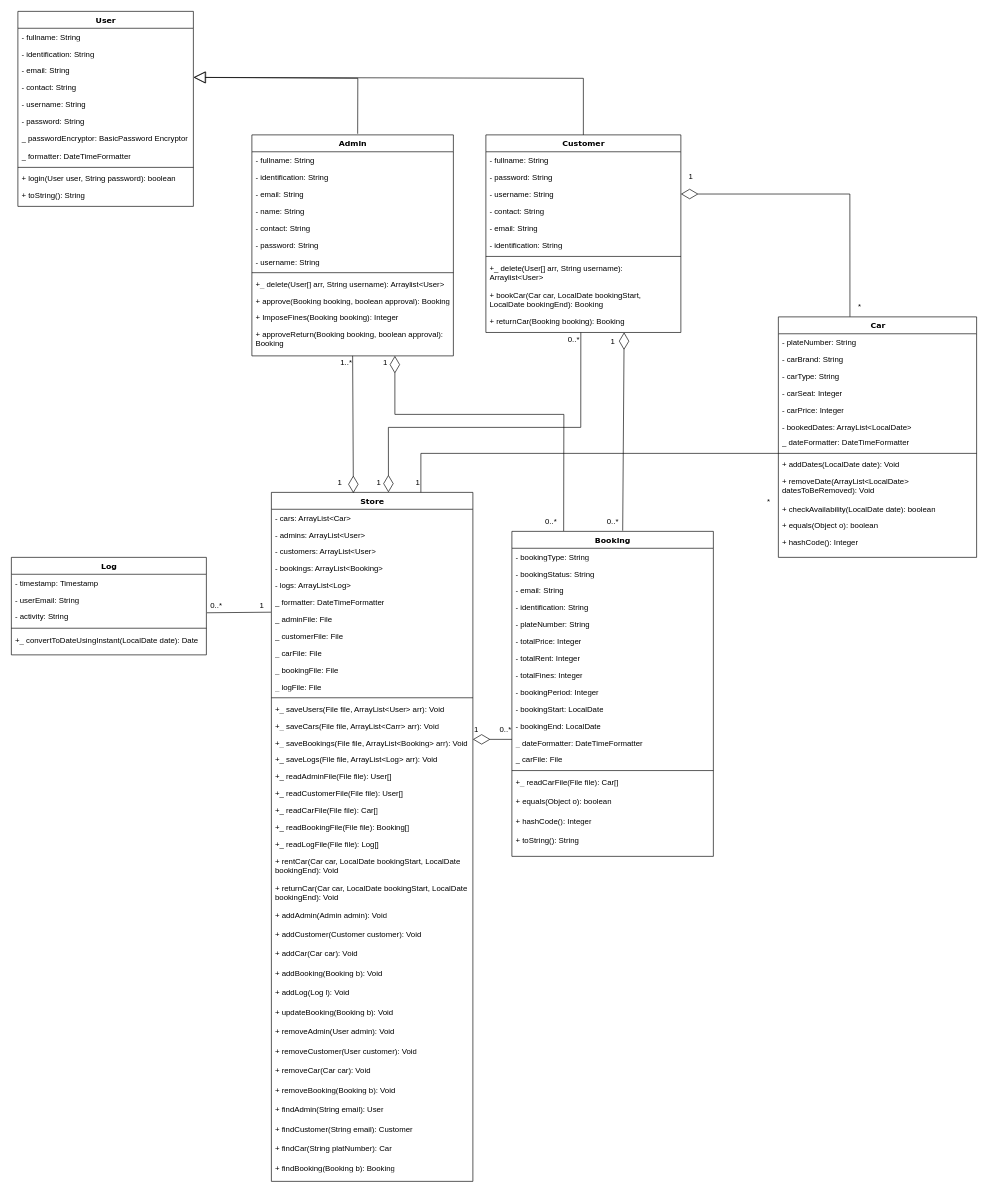
BryanHJH/Java-Car-Rental-System keeps this draw.io diagram as page "latest version" (1 of 2) of class diagram.drawio. Above is the earlier version. Source tidied: cells renumbered, new cells numbered last; positions are measured from the earlier drawing's top-left corner, leaving out a move shared by most shapes. Both pictures are drawn from the tidied source at 65%, with x=0, y=0 at pixel (11, 11).
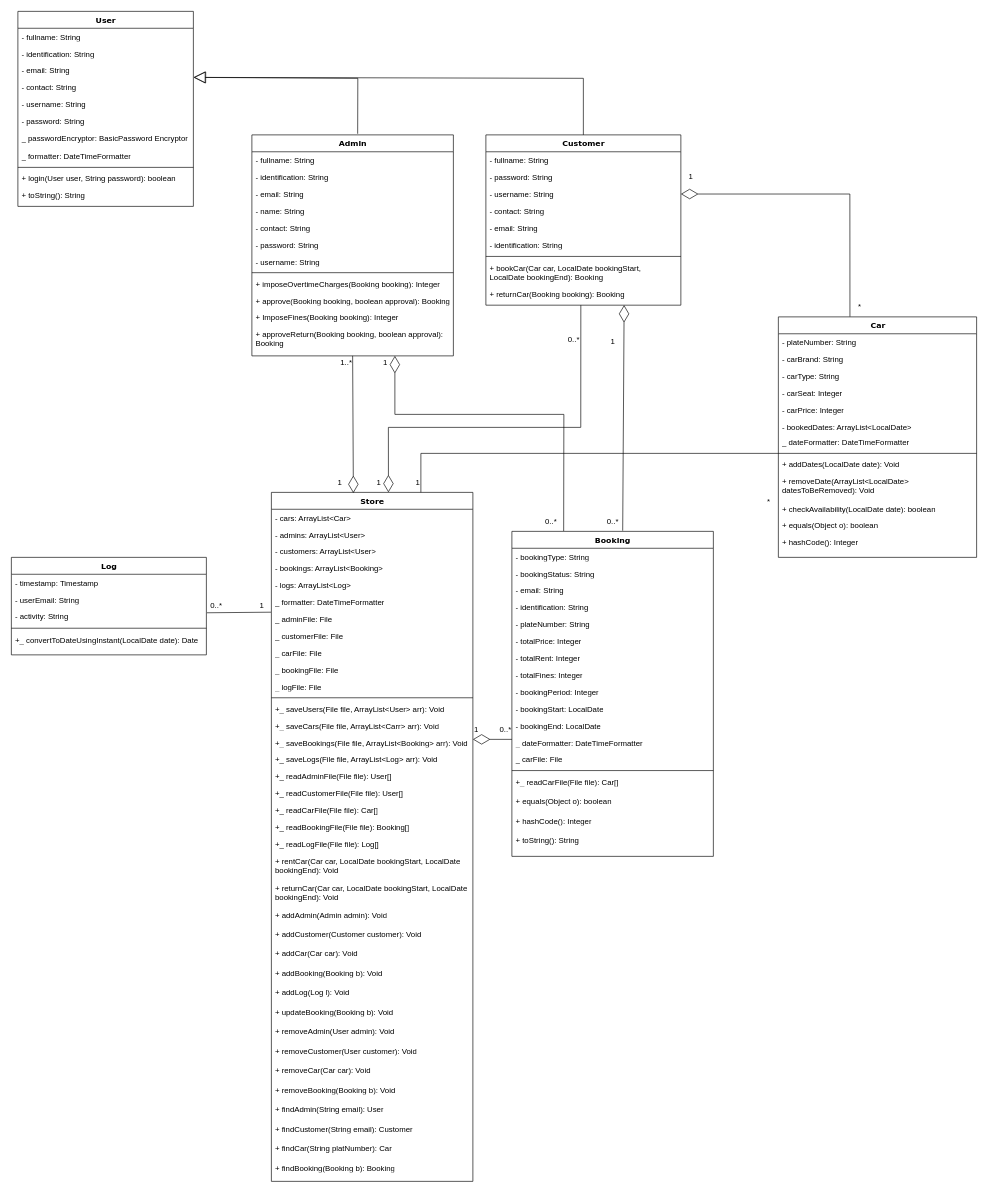
The same page after the edit.

Unchanged cells that the change refers to:
```xml
<mxCell id="39" value="Admin" style="swimlane;html=1;fontStyle=1;align=center;verticalAlign=top;horizontal=1;startSize=26;swimlaneFillColor=#ffffff;rounded=0;shadow=0;comic=0;labelBackgroundColor=none;strokeWidth=1;fillColor=none;fontFamily=Verdana;fontSize=12;" parent="1" vertex="1">
  <mxGeometry x="370" y="190" width="310" height="340" as="geometry" />
</mxCell>
```

What changed in the source:
```diff
@@
     <mxCell id="28" value="Customer" style="swimlane;html=1;fontStyle=1;align=center;verticalAlign=top;horizontal=1;startSize=26;swimlaneFillColor=#ffffff;rounded=0;shadow=0;comic=0;labelBackgroundColor=none;strokeWidth=1;fillColor=none;fontFamily=Verdana;fontSize=12;" parent="1" vertex="1">
-      <mxGeometry x="730" y="190" width="300" height="304" as="geometry" />
+      <mxGeometry x="730" y="190" width="300" height="262" as="geometry" />
     </mxCell>
@@
-    <mxCell id="36" value="+_ delete(User[] arr, String username): Arraylist&amp;lt;User&amp;gt;" style="text;html=1;strokeColor=none;fillColor=none;align=left;verticalAlign=top;spacingLeft=4;spacingRight=4;whiteSpace=wrap;overflow=hidden;" parent="28" vertex="1">
-      <mxGeometry y="192" width="300" height="42" as="geometry" />
-    </mxCell>
     <mxCell id="37" value="+ bookCar(Car car, LocalDate bookingStart, LocalDate bookingEnd): Booking" style="text;html=1;strokeColor=none;fillColor=none;align=left;verticalAlign=top;spacingLeft=4;spacingRight=4;whiteSpace=wrap;overflow=hidden;" parent="28" vertex="1">
-      <mxGeometry y="234" width="300" height="40" as="geometry" />
+      <mxGeometry y="192" width="300" height="40" as="geometry" />
     </mxCell>
     <mxCell id="38" value="+ returnCar(Booking booking): Booking" style="text;html=1;strokeColor=none;fillColor=none;align=left;verticalAlign=top;spacingLeft=4;spacingRight=4;whiteSpace=wrap;overflow=hidden;points=[[0,0.5],[1,0.5]];portConstraint=eastwest;" parent="28" vertex="1">
-      <mxGeometry y="274" width="300" height="30" as="geometry" />
+      <mxGeometry y="232" width="300" height="30" as="geometry" />
     </mxCell>
@@
-    <mxCell id="48" value="+_ delete(User[] arr, String username): Arraylist&amp;lt;User&amp;gt;" style="text;html=1;strokeColor=none;fillColor=none;align=left;verticalAlign=top;spacingLeft=4;spacingRight=4;whiteSpace=wrap;overflow=hidden;" parent="39" vertex="1">
+    <mxCell id="48" value="+ imposeOvertimeCharges(Booking booking): Integer" style="text;html=1;strokeColor=none;fillColor=none;align=left;verticalAlign=top;spacingLeft=4;spacingRight=4;whiteSpace=wrap;overflow=hidden;" parent="39" vertex="1">
       <mxGeometry y="216" width="310" height="26" as="geometry" />
     </mxCell>
```
